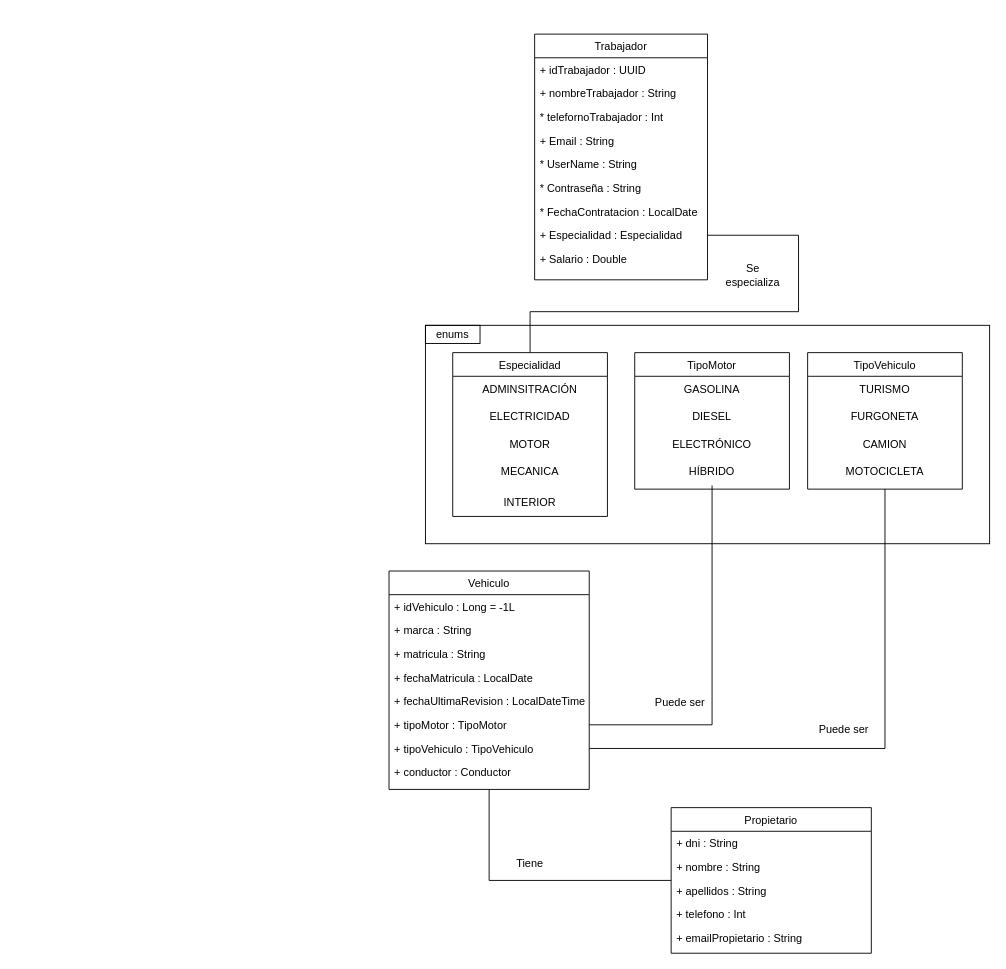
The draw.io diagram Diagramas/Entornos/Diagrama_de_clase.drawio in AlvaroDVA/Proyecto_ITV, before the edit. Source tidied: cells renumbered, new cells numbered last; positions are measured from the earlier drawing's top-left corner, leaving out a move shared by most shapes. Both pictures are drawn from the tidied source at 91%, with x=0, y=0 at pixel (389, 34).
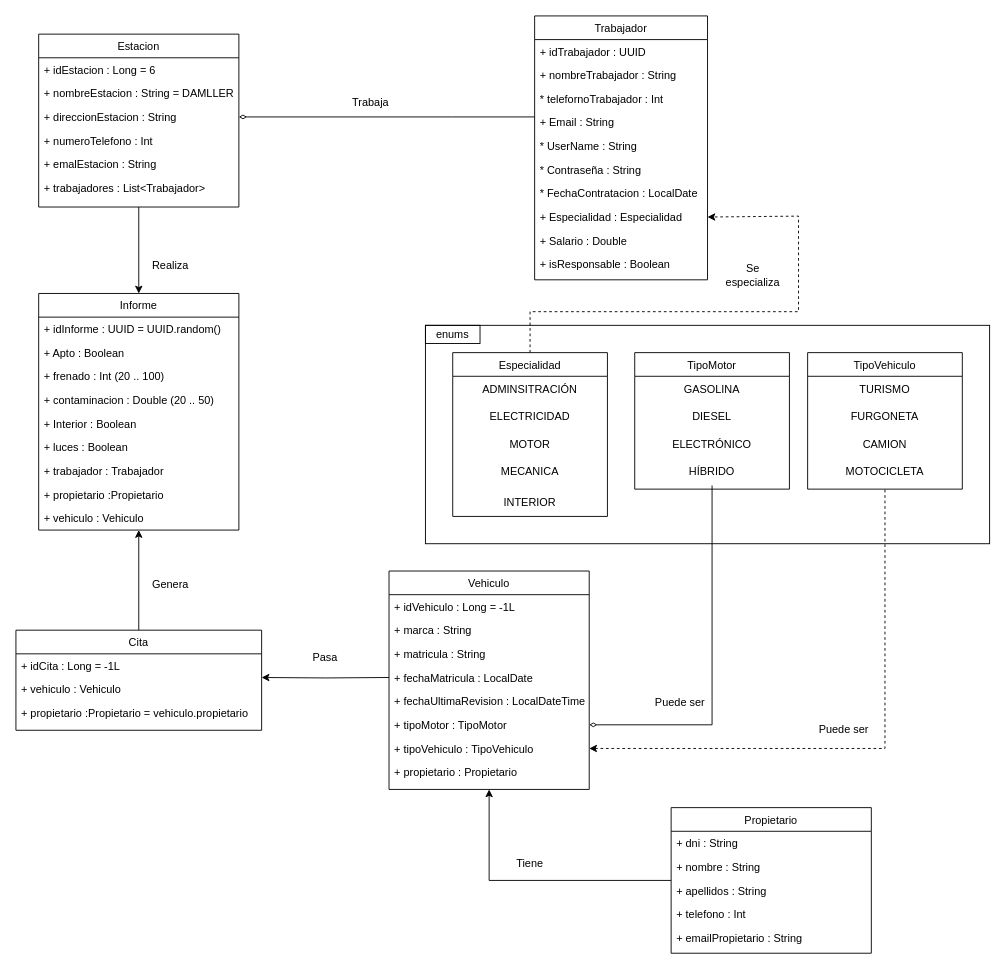
Above is the later version.

Commit message (it also covers changes not shown here):
Diagrama de Clases

Diagrama de Clases terminado y a la espera de revisión y comparación con el modelo Entidad  / Relación

Unchanged cells that the change refers to:
```xml
<mxCell id="6" value="+ Email : String" style="text;align=left;verticalAlign=top;spacingLeft=4;spacingRight=4;overflow=hidden;points=[[0,0.5],[1,0.5]];portConstraint=eastwest;rounded=0;shadow=0;html=0;" parent="2" vertex="1">
  <mxGeometry y="104" width="190" height="26" as="geometry" />
</mxCell>
<mxCell id="10" value="+ Especialidad : Especialidad" style="text;align=left;verticalAlign=top;spacingLeft=4;spacingRight=4;overflow=hidden;points=[[0,0.5],[1,0.5]];portConstraint=eastwest;rounded=0;shadow=0;html=0;" parent="2" vertex="1">
  <mxGeometry y="208" width="190" height="26" as="geometry" />
</mxCell>
<mxCell id="14" value="Especialidad" style="swimlane;fontStyle=0;align=center;verticalAlign=top;horizontal=1;startSize=26;rounded=0;shadow=0;strokeWidth=1;" parent="1" vertex="1">
  <mxGeometry x="70" y="350" width="170" height="180" as="geometry" />
</mxCell>
<mxCell id="22" value="TipoVehiculo" style="swimlane;fontStyle=0;align=center;verticalAlign=top;horizontal=1;startSize=26;rounded=0;shadow=0;strokeWidth=1;" parent="1" vertex="1">
  <mxGeometry x="460" y="350" width="170" height="150" as="geometry" />
</mxCell>
<mxCell id="31" value="HÍBRIDO" style="text;html=1;strokeColor=none;fillColor=none;align=center;verticalAlign=middle;whiteSpace=wrap;rounded=0;" parent="27" vertex="1">
  <mxGeometry y="116" width="170" height="30" as="geometry" />
</mxCell>
<mxCell id="33" value="Vehiculo" style="swimlane;fontStyle=0;align=center;verticalAlign=top;horizontal=1;startSize=26;rounded=0;shadow=0;strokeWidth=1;" parent="1" vertex="1">
  <mxGeometry y="590" width="220" height="240" as="geometry" />
</mxCell>
<mxCell id="37" value="+ fechaMatricula : LocalDate" style="text;align=left;verticalAlign=top;spacingLeft=4;spacingRight=4;overflow=hidden;points=[[0,0.5],[1,0.5]];portConstraint=eastwest;rounded=0;shadow=0;html=0;" parent="33" vertex="1">
  <mxGeometry y="104" width="220" height="26" as="geometry" />
</mxCell>
<mxCell id="39" value="+ tipoMotor : TipoMotor" style="text;align=left;verticalAlign=top;spacingLeft=4;spacingRight=4;overflow=hidden;points=[[0,0.5],[1,0.5]];portConstraint=eastwest;rounded=0;shadow=0;html=0;" parent="33" vertex="1">
  <mxGeometry y="156" width="220" height="26" as="geometry" />
</mxCell>
<mxCell id="40" value="+ tipoVehiculo : TipoVehiculo" style="text;align=left;verticalAlign=top;spacingLeft=4;spacingRight=4;overflow=hidden;points=[[0,0.5],[1,0.5]];portConstraint=eastwest;rounded=0;shadow=0;html=0;" parent="33" vertex="1">
  <mxGeometry y="182" width="220" height="26" as="geometry" />
</mxCell>
<mxCell id="46" value="Propietario" style="swimlane;fontStyle=0;align=center;verticalAlign=top;horizontal=1;startSize=26;rounded=0;shadow=0;strokeWidth=1;" parent="1" vertex="1">
  <mxGeometry x="310" y="850" width="220" height="160" as="geometry" />
</mxCell>
```

The edit, as a diff of the source:
```diff
@@
     <mxCell id="2" value="Trabajador" style="swimlane;fontStyle=0;align=center;verticalAlign=top;horizontal=1;startSize=26;rounded=0;shadow=0;strokeWidth=1;" parent="1" vertex="1">
-      <mxGeometry x="160" width="190" height="270" as="geometry" />
+      <mxGeometry x="160" y="-20" width="190" height="290" as="geometry" />
     </mxCell>
@@
+    <mxCell id="53" value="+ isResponsable : Boolean" style="text;align=left;verticalAlign=top;spacingLeft=4;spacingRight=4;overflow=hidden;rounded=0;shadow=0;html=0;" parent="2" vertex="1">
+      <mxGeometry y="260" width="190" height="26" as="geometry" />
+    </mxCell>
@@
-    <mxCell id="13" style="edgeStyle=orthogonalEdgeStyle;rounded=0;jettySize=auto;html=1;entryX=1;entryY=0.5;entryDx=0;entryDy=0;endArrow=none;endFill=0;exitX=0.5;exitY=0;exitDx=0;exitDy=0;" parent="1" edge="1" source="14" target="10">
+    <mxCell id="13" style="edgeStyle=orthogonalEdgeStyle;rounded=0;jettySize=auto;html=1;entryX=1;entryY=0.5;entryDx=0;entryDy=0;endArrow=classic;endFill=1;exitX=0.5;exitY=0;exitDx=0;exitDy=0;startArrow=none;startFill=0;dashed=1;" parent="1" edge="1" source="14" target="10">
       <mxGeometry relative="1" as="geometry">
         <Array as="points">
           <mxPoint x="155" y="305" />
           <mxPoint x="450" y="305" />
-          <mxPoint x="450" y="221" />
+          <mxPoint x="450" y="200" />
         </Array>
       </mxGeometry>
     </mxCell>
@@
-    <mxCell id="32" style="edgeStyle=orthogonalEdgeStyle;rounded=0;jettySize=auto;html=1;endArrow=none;endFill=0;exitX=1;exitY=0.5;exitDx=0;exitDy=0;entryX=0.5;entryY=1;entryDx=0;entryDy=0;" parent="1" edge="1" source="39" target="31">
+    <mxCell id="32" style="edgeStyle=orthogonalEdgeStyle;rounded=0;jettySize=auto;html=1;endArrow=none;endFill=0;exitX=1;exitY=0.5;exitDx=0;exitDy=0;entryX=0.5;entryY=1;entryDx=0;entryDy=0;startArrow=diamondThin;startFill=0;" parent="1" edge="1" source="39" target="31">
       <mxGeometry relative="1" as="geometry" />
     </mxCell>
@@
-    <mxCell id="41" value="+ conductor : Conductor" style="text;align=left;verticalAlign=top;spacingLeft=4;spacingRight=4;overflow=hidden;rounded=0;shadow=0;html=0;" parent="33" vertex="1">
+    <mxCell id="41" value="+ propietario : Propietario" style="text;align=left;verticalAlign=top;spacingLeft=4;spacingRight=4;overflow=hidden;rounded=0;shadow=0;html=0;" parent="33" vertex="1">
       <mxGeometry y="208" width="220" height="26" as="geometry" />
     </mxCell>
@@
-    <mxCell id="43" style="edgeStyle=orthogonalEdgeStyle;rounded=0;jettySize=auto;html=1;entryX=0.5;entryY=1;entryDx=0;entryDy=0;endArrow=none;endFill=0;" parent="1" edge="1" source="40" target="22">
+    <mxCell id="43" style="edgeStyle=orthogonalEdgeStyle;rounded=0;jettySize=auto;html=1;entryX=0.5;entryY=1;entryDx=0;entryDy=0;endArrow=none;endFill=0;startArrow=classic;startFill=1;dashed=1;" parent="1" edge="1" source="40" target="22">
       <mxGeometry relative="1" as="geometry" />
     </mxCell>
@@
-    <mxCell id="45" style="edgeStyle=orthogonalEdgeStyle;rounded=0;jettySize=auto;html=1;entryX=0.5;entryY=1;entryDx=0;entryDy=0;endArrow=none;endFill=0;" parent="1" edge="1" source="46" target="33">
+    <mxCell id="45" style="edgeStyle=orthogonalEdgeStyle;rounded=0;jettySize=auto;html=1;entryX=0.5;entryY=1;entryDx=0;entryDy=0;endArrow=classic;endFill=1;startArrow=none;startFill=0;" parent="1" edge="1" source="46" target="33">
       <mxGeometry relative="1" as="geometry" />
     </mxCell>
@@
+    <mxCell id="54" style="edgeStyle=orthogonalEdgeStyle;rounded=0;jettySize=auto;html=1;endArrow=classic;endFill=1;startArrow=none;startFill=0;" parent="1" edge="1" source="55" target="70">
+      <mxGeometry relative="1" as="geometry" />
+    </mxCell>
+    <mxCell id="55" value="Cita" style="swimlane;fontStyle=0;align=center;verticalAlign=top;horizontal=1;startSize=26;rounded=0;shadow=0;strokeWidth=1;" parent="1" vertex="1">
+      <mxGeometry x="-410" y="655" width="270" height="110" as="geometry" />
+    </mxCell>
+    <mxCell id="56" value="+ idCita : Long = -1L" style="text;align=left;verticalAlign=top;spacingLeft=4;spacingRight=4;overflow=hidden;rounded=0;shadow=0;html=0;" parent="55" vertex="1">
+      <mxGeometry y="26" width="270" height="26" as="geometry" />
+    </mxCell>
+    <mxCell id="57" value="+ vehiculo : Vehiculo" style="text;align=left;verticalAlign=top;spacingLeft=4;spacingRight=4;overflow=hidden;rounded=0;shadow=0;html=0;" parent="55" vertex="1">
+      <mxGeometry y="52" width="270" height="26" as="geometry" />
+    </mxCell>
+    <mxCell id="58" value="+ propietario :Propietario = vehiculo.propietario" style="text;align=left;verticalAlign=top;spacingLeft=4;spacingRight=4;overflow=hidden;rounded=0;shadow=0;html=0;" parent="55" vertex="1">
+      <mxGeometry y="78" width="270" height="26" as="geometry" />
+    </mxCell>
+    <mxCell id="59" style="edgeStyle=orthogonalEdgeStyle;rounded=0;jettySize=auto;html=1;exitX=1;exitY=0.5;exitDx=0;exitDy=0;entryX=0;entryY=0.5;entryDx=0;entryDy=0;endArrow=none;endFill=0;startArrow=classic;startFill=1;" parent="1" edge="1" target="37">
+      <mxGeometry relative="1" as="geometry">
+        <mxPoint x="-140" y="707" as="sourcePoint" />
+      </mxGeometry>
+    </mxCell>
+    <mxCell id="60" value="Pasa" style="text;html=1;strokeColor=none;fillColor=none;align=center;verticalAlign=middle;whiteSpace=wrap;rounded=0;" parent="1" vertex="1">
+      <mxGeometry x="-100" y="670" width="60" height="30" as="geometry" />
+    </mxCell>
+    <mxCell id="61" style="edgeStyle=orthogonalEdgeStyle;rounded=0;jettySize=auto;html=1;endArrow=classic;endFill=1;entryX=0.5;entryY=0;entryDx=0;entryDy=0;" parent="1" edge="1" source="62" target="70">
+      <mxGeometry relative="1" as="geometry" />
+    </mxCell>
+    <mxCell id="62" value="Estacion" style="swimlane;fontStyle=0;align=center;verticalAlign=top;horizontal=1;startSize=26;rounded=0;shadow=0;strokeWidth=1;" parent="1" vertex="1">
+      <mxGeometry x="-385" width="220" height="190" as="geometry" />
+    </mxCell>
+    <mxCell id="63" value="+ idEstacion : Long = 6" style="text;align=left;verticalAlign=top;spacingLeft=4;spacingRight=4;overflow=hidden;rounded=0;shadow=0;html=0;" parent="62" vertex="1">
+      <mxGeometry y="26" width="220" height="26" as="geometry" />
+    </mxCell>
+    <mxCell id="64" value="+ nombreEstacion : String = DAMLLER" style="text;align=left;verticalAlign=top;spacingLeft=4;spacingRight=4;overflow=hidden;rounded=0;shadow=0;html=0;" parent="62" vertex="1">
+      <mxGeometry y="52" width="220" height="26" as="geometry" />
+    </mxCell>
+    <mxCell id="65" value="+ direccionEstacion : String" style="text;align=left;verticalAlign=top;spacingLeft=4;spacingRight=4;overflow=hidden;points=[[0,0.5],[1,0.5]];portConstraint=eastwest;rounded=0;shadow=0;html=0;" parent="62" vertex="1">
+      <mxGeometry y="78" width="220" height="26" as="geometry" />
+    </mxCell>
+    <mxCell id="66" value="+ numeroTelefono : Int" style="text;align=left;verticalAlign=top;spacingLeft=4;spacingRight=4;overflow=hidden;rounded=0;shadow=0;html=0;" parent="62" vertex="1">
+      <mxGeometry y="104" width="220" height="26" as="geometry" />
+    </mxCell>
+    <mxCell id="67" value="+ emalEstacion : String" style="text;align=left;verticalAlign=top;spacingLeft=4;spacingRight=4;overflow=hidden;rounded=0;shadow=0;html=0;" parent="62" vertex="1">
+      <mxGeometry y="130" width="220" height="26" as="geometry" />
+    </mxCell>
+    <mxCell id="68" value="+ trabajadores : List&lt;Trabajador&gt;" style="text;align=left;verticalAlign=top;spacingLeft=4;spacingRight=4;overflow=hidden;rounded=0;shadow=0;html=0;" parent="62" vertex="1">
+      <mxGeometry y="156" width="220" height="26" as="geometry" />
+    </mxCell>
+    <mxCell id="69" value="Trabaja" style="text;html=1;strokeColor=none;fillColor=none;align=center;verticalAlign=middle;whiteSpace=wrap;rounded=0;" parent="1" vertex="1">
+      <mxGeometry x="-50" y="60" width="60" height="30" as="geometry" />
+    </mxCell>
+    <mxCell id="70" value="Informe" style="swimlane;fontStyle=0;align=center;verticalAlign=top;horizontal=1;startSize=26;rounded=0;shadow=0;strokeWidth=1;" parent="1" vertex="1">
+      <mxGeometry x="-385" y="285" width="220" height="260" as="geometry" />
+    </mxCell>
+    <mxCell id="71" value="+ idInforme : UUID = UUID.random()" style="text;align=left;verticalAlign=top;spacingLeft=4;spacingRight=4;overflow=hidden;rounded=0;shadow=0;html=0;" parent="70" vertex="1">
+      <mxGeometry y="26" width="220" height="26" as="geometry" />
+    </mxCell>
+    <mxCell id="72" value="+ Apto : Boolean" style="text;align=left;verticalAlign=top;spacingLeft=4;spacingRight=4;overflow=hidden;rounded=0;shadow=0;html=0;" parent="70" vertex="1">
+      <mxGeometry y="52" width="220" height="26" as="geometry" />
+    </mxCell>
+    <mxCell id="73" value="+ frenado : Int (20 .. 100)" style="text;align=left;verticalAlign=top;spacingLeft=4;spacingRight=4;overflow=hidden;rounded=0;shadow=0;html=0;" parent="70" vertex="1">
+      <mxGeometry y="78" width="220" height="26" as="geometry" />
+    </mxCell>
+    <mxCell id="74" value="+ contaminacion : Double (20 .. 50)" style="text;align=left;verticalAlign=top;spacingLeft=4;spacingRight=4;overflow=hidden;rounded=0;shadow=0;html=0;" parent="70" vertex="1">
+      <mxGeometry y="104" width="220" height="26" as="geometry" />
+    </mxCell>
+    <mxCell id="75" value="+ Interior : Boolean" style="text;align=left;verticalAlign=top;spacingLeft=4;spacingRight=4;overflow=hidden;rounded=0;shadow=0;html=0;" parent="70" vertex="1">
+      <mxGeometry y="130" width="220" height="26" as="geometry" />
+    </mxCell>
+    <mxCell id="76" value="+ luces : Boolean" style="text;align=left;verticalAlign=top;spacingLeft=4;spacingRight=4;overflow=hidden;rounded=0;shadow=0;html=0;" parent="70" vertex="1">
+      <mxGeometry y="156" width="220" height="26" as="geometry" />
+    </mxCell>
+    <mxCell id="77" value="+ trabajador : Trabajador" style="text;align=left;verticalAlign=top;spacingLeft=4;spacingRight=4;overflow=hidden;rounded=0;shadow=0;html=0;" parent="70" vertex="1">
+      <mxGeometry y="182" width="220" height="26" as="geometry" />
+    </mxCell>
+    <mxCell id="78" value="+ propietario :Propietario" style="text;align=left;verticalAlign=top;spacingLeft=4;spacingRight=4;overflow=hidden;rounded=0;shadow=0;html=0;" parent="70" vertex="1">
+      <mxGeometry y="208" width="220" height="26" as="geometry" />
+    </mxCell>
+    <mxCell id="79" value="+ vehiculo : Vehiculo" style="text;align=left;verticalAlign=top;spacingLeft=4;spacingRight=4;overflow=hidden;rounded=0;shadow=0;html=0;" parent="70" vertex="1">
+      <mxGeometry y="234" width="220" height="26" as="geometry" />
+    </mxCell>
+    <mxCell id="80" value="Realiza" style="text;html=1;strokeColor=none;fillColor=none;align=center;verticalAlign=middle;whiteSpace=wrap;rounded=0;" parent="1" vertex="1">
+      <mxGeometry x="-270" y="240" width="60" height="30" as="geometry" />
+    </mxCell>
+    <mxCell id="81" value="Genera" style="text;html=1;strokeColor=none;fillColor=none;align=center;verticalAlign=middle;whiteSpace=wrap;rounded=0;" parent="1" vertex="1">
+      <mxGeometry x="-270" y="590" width="60" height="30" as="geometry" />
+    </mxCell>
+    <mxCell id="82" style="edgeStyle=orthogonalEdgeStyle;rounded=0;jettySize=auto;html=1;entryX=1;entryY=0.5;entryDx=0;entryDy=0;startArrow=none;startFill=0;endArrow=diamondThin;endFill=0;" parent="1" edge="1" source="6" target="65">
+      <mxGeometry relative="1" as="geometry">
+        <Array as="points">
+          <mxPoint x="70" y="91" />
+          <mxPoint x="70" y="91" />
+        </Array>
+      </mxGeometry>
+    </mxCell>
```
